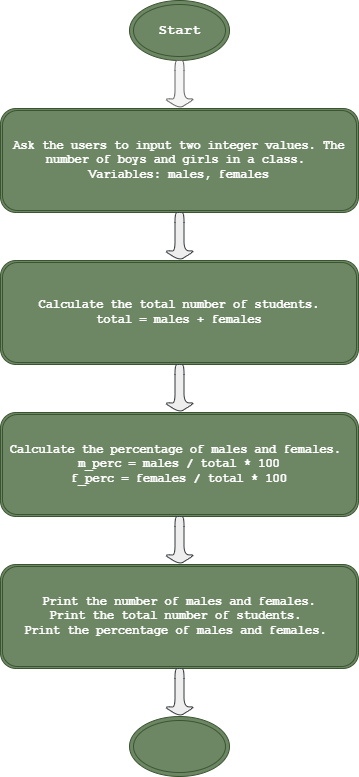
This is hello.png from michallef/hello.drawio, a draw.io export, as it was before one commit. Source tidied: cells renumbered, new cells last; positions are measured from the earlier drawing's top-left corner, leaving out a move shared by most shapes. Its diagram source:
```xml
<mxGraphModel background="#ffffff">
  <root>
    <mxCell id="0" />
    <mxCell id="1" parent="0" />
    <mxCell id="2" value="&lt;h3&gt;Start&lt;/h3&gt;" style="ellipse;shape=doubleEllipse;html=1;labelBackgroundColor=none;fontFamily=Courier New;rounded=1;fillStyle=auto;strokeColor=#3A5431;labelBorderColor=none;fontColor=#ffffff;fillColor=#6d8764;" parent="1" vertex="1">
      <mxGeometry x="129" width="100" height="60" as="geometry" />
    </mxCell>
    <mxCell id="3" style="shape=singleArrow;direction=south;whiteSpace=wrap;html=1;labelBackgroundColor=#f8f7f7;strokeColor=#666666;fontFamily=Courier New;fillColor=#f5f5f5;rounded=1;fontColor=#333333;" parent="1" vertex="1">
      <mxGeometry x="164" y="60" width="30" height="48" as="geometry" />
    </mxCell>
    <mxCell id="4" value="&lt;h4&gt;Ask the users to input two integer values. The number of boys and girls in a class.&amp;nbsp;&lt;br&gt;Variables: males, females&lt;/h4&gt;" style="shape=ext;double=1;rounded=1;whiteSpace=wrap;html=1;labelBackgroundColor=none;strokeColor=#3A5431;fontFamily=Courier New;fillColor=#6d8764;fontColor=#ffffff;align=center;verticalAlign=middle;labelBorderColor=none;" parent="1" vertex="1">
      <mxGeometry y="108" width="358" height="104" as="geometry" />
    </mxCell>
    <mxCell id="5" style="shape=singleArrow;direction=south;whiteSpace=wrap;html=1;labelBackgroundColor=#f8f7f7;fontFamily=Courier New;fillColor=#eeeeee;rounded=1;strokeColor=#36393d;" parent="1" vertex="1">
      <mxGeometry x="164" y="212" width="30" height="48" as="geometry" />
    </mxCell>
    <mxCell id="6" value="&lt;b&gt;Calculate the total number of students.&lt;br&gt;total = males + females&lt;/b&gt;" style="shape=ext;double=1;rounded=1;labelBackgroundColor=none;strokeColor=#3A5431;fontFamily=Courier New;fillColor=#6d8764;fontColor=#ffffff;whiteSpace=wrap;fontStyle=0;html=1;" parent="1" vertex="1">
      <mxGeometry y="260" width="358" height="104" as="geometry" />
    </mxCell>
    <mxCell id="7" style="shape=singleArrow;direction=south;whiteSpace=wrap;html=1;labelBackgroundColor=#f8f7f7;strokeColor=#36393d;fontFamily=Courier New;fillColor=#eeeeee;rounded=1;" parent="1" vertex="1">
      <mxGeometry x="164" y="364" width="30" height="48" as="geometry" />
    </mxCell>
    <mxCell id="8" value="Calculate the percentage of males and females.&amp;nbsp;&lt;br&gt;m_perc = males / total * 100&lt;br&gt;f_perc = females / total * 100" style="shape=ext;double=1;rounded=1;whiteSpace=wrap;html=1;labelBackgroundColor=none;strokeColor=#3A5431;fontFamily=Courier New;fillColor=#6d8764;fontColor=#ffffff;fontStyle=1;" parent="1" vertex="1">
      <mxGeometry y="412" width="358" height="104" as="geometry" />
    </mxCell>
    <mxCell id="9" style="shape=singleArrow;direction=south;whiteSpace=wrap;html=1;labelBackgroundColor=#f8f7f7;strokeColor=#36393d;fontFamily=Courier New;fillColor=#eeeeee;rounded=1;" parent="1" vertex="1">
      <mxGeometry x="164" y="516" width="30" height="48" as="geometry" />
    </mxCell>
    <mxCell id="10" value="&lt;b&gt;Print the number of males and females.&lt;br&gt;Print the total number of students.&amp;nbsp;&lt;br&gt;Print the percentage of males and females.&amp;nbsp;&lt;br&gt;&lt;/b&gt;" style="shape=ext;double=1;rounded=1;whiteSpace=wrap;html=1;labelBackgroundColor=none;strokeColor=#3A5431;fontFamily=Courier New;fillColor=#6d8764;fontColor=#ffffff;" parent="1" vertex="1">
      <mxGeometry y="564" width="358" height="104" as="geometry" />
    </mxCell>
    <mxCell id="11" style="shape=singleArrow;direction=south;whiteSpace=wrap;html=1;labelBackgroundColor=#f8f7f7;strokeColor=#36393d;fontFamily=Courier New;fillColor=#eeeeee;rounded=1;" parent="1" vertex="1">
      <mxGeometry x="164" y="668" width="30" height="48" as="geometry" />
    </mxCell>
    <mxCell id="12" style="ellipse;shape=doubleEllipse;whiteSpace=wrap;html=1;labelBackgroundColor=none;strokeColor=#3A5431;fontFamily=Courier New;fillColor=#6d8764;rounded=1;fontColor=#ffffff;fontStyle=1;" parent="1" vertex="1">
      <mxGeometry x="129" y="716" width="100" height="60" as="geometry" />
    </mxCell>
  </root>
</mxGraphModel>
```
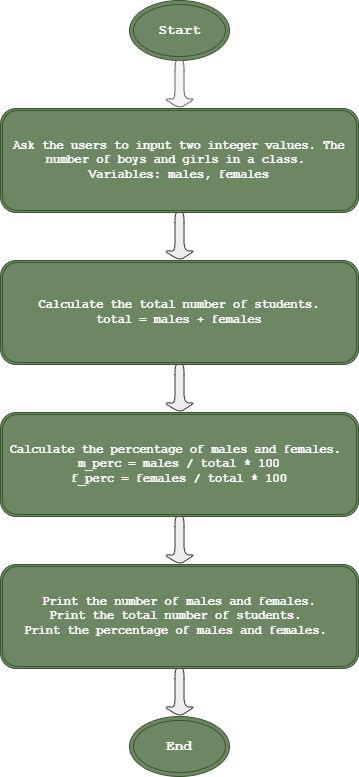
Above is the later version.

The edit, as a diff of the source:
```diff
@@ -32,7 +32,7 @@
     <mxCell id="11" style="shape=singleArrow;direction=south;whiteSpace=wrap;html=1;labelBackgroundColor=#f8f7f7;strokeColor=#36393d;fontFamily=Courier New;fillColor=#eeeeee;rounded=1;" parent="1" vertex="1">
       <mxGeometry x="164" y="668" width="30" height="48" as="geometry" />
     </mxCell>
-    <mxCell id="12" style="ellipse;shape=doubleEllipse;whiteSpace=wrap;html=1;labelBackgroundColor=none;strokeColor=#3A5431;fontFamily=Courier New;fillColor=#6d8764;rounded=1;fontColor=#ffffff;fontStyle=1;" parent="1" vertex="1">
+    <mxCell id="12" value="&lt;h3&gt;End&lt;/h3&gt;" style="ellipse;shape=doubleEllipse;whiteSpace=wrap;html=1;labelBackgroundColor=none;strokeColor=#3A5431;fontFamily=Courier New;fillColor=#6d8764;rounded=1;fontColor=#ffffff;fontStyle=1;" parent="1" vertex="1">
       <mxGeometry x="129" y="716" width="100" height="60" as="geometry" />
     </mxCell>
   </root>
```
